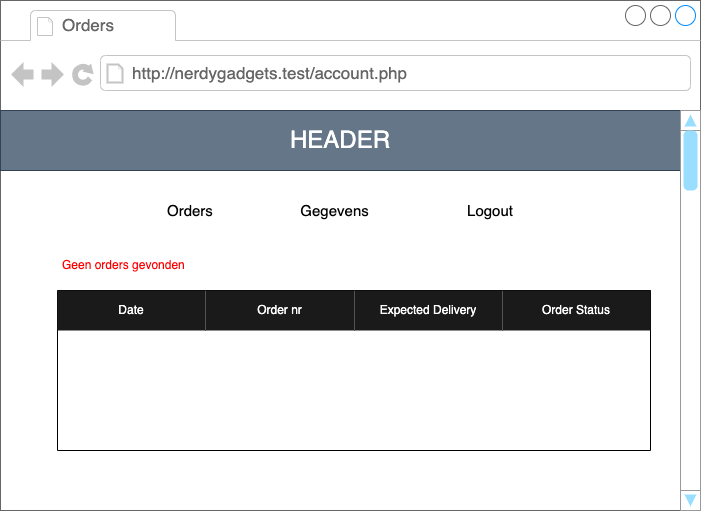
Naraquoth/nerdygadgets keeps this draw.io diagram as drawio/wireframe/KlantOrders_sprint_6wireframe.drawio.png. Above is the earlier version. Source tidied: cells renumbered, new cells last; positions are measured from the earlier drawing's top-left corner, leaving out a move shared by most shapes.
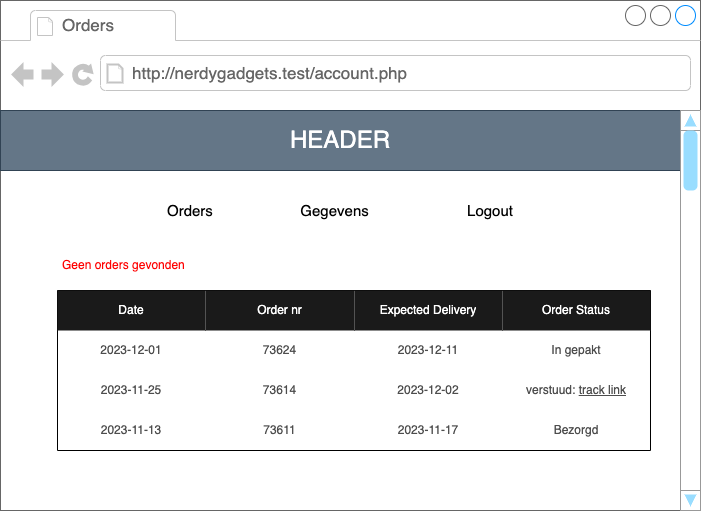
After the change.

Commit message:
collor fix wireframe

Change to the diagram source:
```diff
@@ -44,46 +44,46 @@
     <mxCell id="15" style="shape=tableRow;horizontal=0;startSize=0;swimlaneHead=0;swimlaneBody=0;top=0;left=0;bottom=0;right=0;fillColor=none;fontColor=#FFFFFF;" parent="9" vertex="1">
       <mxGeometry y="40" width="593" height="40" as="geometry" />
     </mxCell>
-    <mxCell id="16" value="2023-12-01" style="shape=partialRectangle;html=1;whiteSpace=wrap;fillColor=none;top=0;left=0;bottom=0;right=0;overflow=hidden;fontSize=12;fontColor=#FFFFFF;" parent="15" vertex="1">
+    <mxCell id="16" value="&lt;font color=&quot;#4d4d4d&quot;&gt;2023-12-01&lt;/font&gt;" style="shape=partialRectangle;html=1;whiteSpace=wrap;fillColor=none;top=0;left=0;bottom=0;right=0;overflow=hidden;fontSize=12;fontColor=#FFFFFF;" parent="15" vertex="1">
       <mxGeometry width="148" height="40" as="geometry" />
     </mxCell>
-    <mxCell id="17" value="73624" style="shape=partialRectangle;html=1;whiteSpace=wrap;fillColor=none;top=0;left=0;bottom=0;right=0;overflow=hidden;fontSize=12;fontColor=#FFFFFF;" parent="15" vertex="1">
+    <mxCell id="17" value="&lt;font color=&quot;#4d4d4d&quot;&gt;73624&lt;/font&gt;" style="shape=partialRectangle;html=1;whiteSpace=wrap;fillColor=none;top=0;left=0;bottom=0;right=0;overflow=hidden;fontSize=12;fontColor=#FFFFFF;" parent="15" vertex="1">
       <mxGeometry x="148" width="149" height="40" as="geometry" />
     </mxCell>
-    <mxCell id="18" value="2023-12-11" style="shape=partialRectangle;html=1;whiteSpace=wrap;fillColor=none;top=0;left=0;bottom=0;right=0;overflow=hidden;fontSize=12;fontColor=#FFFFFF;" parent="15" vertex="1">
+    <mxCell id="18" value="&lt;font color=&quot;#4d4d4d&quot;&gt;2023-12-11&lt;/font&gt;" style="shape=partialRectangle;html=1;whiteSpace=wrap;fillColor=none;top=0;left=0;bottom=0;right=0;overflow=hidden;fontSize=12;fontColor=#FFFFFF;" parent="15" vertex="1">
       <mxGeometry x="297" width="148" height="40" as="geometry" />
     </mxCell>
-    <mxCell id="19" value="In gepakt" style="shape=partialRectangle;html=1;whiteSpace=wrap;fillColor=none;top=0;left=0;bottom=0;right=0;overflow=hidden;fontSize=12;fontColor=#FFFFFF;" parent="15" vertex="1">
+    <mxCell id="19" value="&lt;font color=&quot;#4d4d4d&quot;&gt;In gepakt&lt;/font&gt;" style="shape=partialRectangle;html=1;whiteSpace=wrap;fillColor=none;top=0;left=0;bottom=0;right=0;overflow=hidden;fontSize=12;fontColor=#FFFFFF;" parent="15" vertex="1">
       <mxGeometry x="445" width="148" height="40" as="geometry" />
     </mxCell>
     <mxCell id="20" style="shape=tableRow;horizontal=0;startSize=0;swimlaneHead=0;swimlaneBody=0;top=0;left=0;bottom=0;right=0;fillColor=none;fontColor=#FFFFFF;" parent="9" vertex="1">
       <mxGeometry y="80" width="593" height="40" as="geometry" />
     </mxCell>
-    <mxCell id="21" value="2023-11-25" style="shape=partialRectangle;html=1;whiteSpace=wrap;fillColor=none;top=0;left=0;bottom=0;right=0;overflow=hidden;fontSize=12;fontColor=#FFFFFF;" parent="20" vertex="1">
+    <mxCell id="21" value="&lt;font color=&quot;#4d4d4d&quot;&gt;2023-11-25&lt;/font&gt;" style="shape=partialRectangle;html=1;whiteSpace=wrap;fillColor=none;top=0;left=0;bottom=0;right=0;overflow=hidden;fontSize=12;fontColor=#FFFFFF;" parent="20" vertex="1">
       <mxGeometry width="148" height="40" as="geometry" />
     </mxCell>
-    <mxCell id="22" value="73614" style="shape=partialRectangle;html=1;whiteSpace=wrap;fillColor=none;top=0;left=0;bottom=0;right=0;overflow=hidden;fontSize=12;fontColor=#FFFFFF;" parent="20" vertex="1">
+    <mxCell id="22" value="&lt;font color=&quot;#4d4d4d&quot;&gt;73614&lt;/font&gt;" style="shape=partialRectangle;html=1;whiteSpace=wrap;fillColor=none;top=0;left=0;bottom=0;right=0;overflow=hidden;fontSize=12;fontColor=#FFFFFF;" parent="20" vertex="1">
       <mxGeometry x="148" width="149" height="40" as="geometry" />
     </mxCell>
-    <mxCell id="23" value="2023-12-02" style="shape=partialRectangle;html=1;whiteSpace=wrap;fillColor=none;top=0;left=0;bottom=0;right=0;overflow=hidden;fontSize=12;fontColor=#FFFFFF;" parent="20" vertex="1">
+    <mxCell id="23" value="&lt;font color=&quot;#4d4d4d&quot;&gt;2023-12-02&lt;/font&gt;" style="shape=partialRectangle;html=1;whiteSpace=wrap;fillColor=none;top=0;left=0;bottom=0;right=0;overflow=hidden;fontSize=12;fontColor=#FFFFFF;" parent="20" vertex="1">
       <mxGeometry x="297" width="148" height="40" as="geometry" />
     </mxCell>
-    <mxCell id="24" value="verstuud:&amp;nbsp;&lt;u&gt;track link&lt;/u&gt;" style="shape=partialRectangle;html=1;whiteSpace=wrap;fillColor=none;top=0;left=0;bottom=0;right=0;overflow=hidden;fontSize=12;fontColor=#FFFFFF;" parent="20" vertex="1">
+    <mxCell id="24" value="&lt;font color=&quot;#4d4d4d&quot;&gt;verstuud:&amp;nbsp;&lt;u&gt;track link&lt;/u&gt;&lt;/font&gt;" style="shape=partialRectangle;html=1;whiteSpace=wrap;fillColor=none;top=0;left=0;bottom=0;right=0;overflow=hidden;fontSize=12;fontColor=#FFFFFF;" parent="20" vertex="1">
       <mxGeometry x="445" width="148" height="40" as="geometry" />
     </mxCell>
     <mxCell id="25" style="shape=tableRow;horizontal=0;startSize=0;swimlaneHead=0;swimlaneBody=0;top=0;left=0;bottom=0;right=0;fillColor=none;fontColor=#FFFFFF;" parent="9" vertex="1">
       <mxGeometry y="120" width="593" height="40" as="geometry" />
     </mxCell>
-    <mxCell id="26" value="2023-11-13" style="shape=partialRectangle;html=1;whiteSpace=wrap;fillColor=none;top=0;left=0;bottom=0;right=0;overflow=hidden;fontSize=12;fontColor=#FFFFFF;" parent="25" vertex="1">
+    <mxCell id="26" value="&lt;font color=&quot;#4d4d4d&quot;&gt;2023-11-13&lt;/font&gt;" style="shape=partialRectangle;html=1;whiteSpace=wrap;fillColor=none;top=0;left=0;bottom=0;right=0;overflow=hidden;fontSize=12;fontColor=#FFFFFF;" parent="25" vertex="1">
       <mxGeometry width="148" height="40" as="geometry" />
     </mxCell>
-    <mxCell id="27" value="73611" style="shape=partialRectangle;html=1;whiteSpace=wrap;fillColor=none;top=0;left=0;bottom=0;right=0;overflow=hidden;fontSize=12;fontColor=#FFFFFF;" parent="25" vertex="1">
+    <mxCell id="27" value="&lt;font color=&quot;#4d4d4d&quot;&gt;73611&lt;/font&gt;" style="shape=partialRectangle;html=1;whiteSpace=wrap;fillColor=none;top=0;left=0;bottom=0;right=0;overflow=hidden;fontSize=12;fontColor=#FFFFFF;" parent="25" vertex="1">
       <mxGeometry x="148" width="149" height="40" as="geometry" />
     </mxCell>
-    <mxCell id="28" value="2023-11-17" style="shape=partialRectangle;html=1;whiteSpace=wrap;fillColor=none;top=0;left=0;bottom=0;right=0;overflow=hidden;fontSize=12;fontColor=#FFFFFF;" parent="25" vertex="1">
+    <mxCell id="28" value="&lt;font color=&quot;#4d4d4d&quot;&gt;2023-11-17&lt;/font&gt;" style="shape=partialRectangle;html=1;whiteSpace=wrap;fillColor=none;top=0;left=0;bottom=0;right=0;overflow=hidden;fontSize=12;fontColor=#FFFFFF;" parent="25" vertex="1">
       <mxGeometry x="297" width="148" height="40" as="geometry" />
     </mxCell>
-    <mxCell id="29" value="Bezorgd" style="shape=partialRectangle;html=1;whiteSpace=wrap;fillColor=none;top=0;left=0;bottom=0;right=0;overflow=hidden;fontSize=12;fontColor=#FFFFFF;" parent="25" vertex="1">
+    <mxCell id="29" value="&lt;font color=&quot;#4d4d4d&quot;&gt;Bezorgd&lt;/font&gt;" style="shape=partialRectangle;html=1;whiteSpace=wrap;fillColor=none;top=0;left=0;bottom=0;right=0;overflow=hidden;fontSize=12;fontColor=#FFFFFF;" parent="25" vertex="1">
       <mxGeometry x="445" width="148" height="40" as="geometry" />
     </mxCell>
   </root>
```
